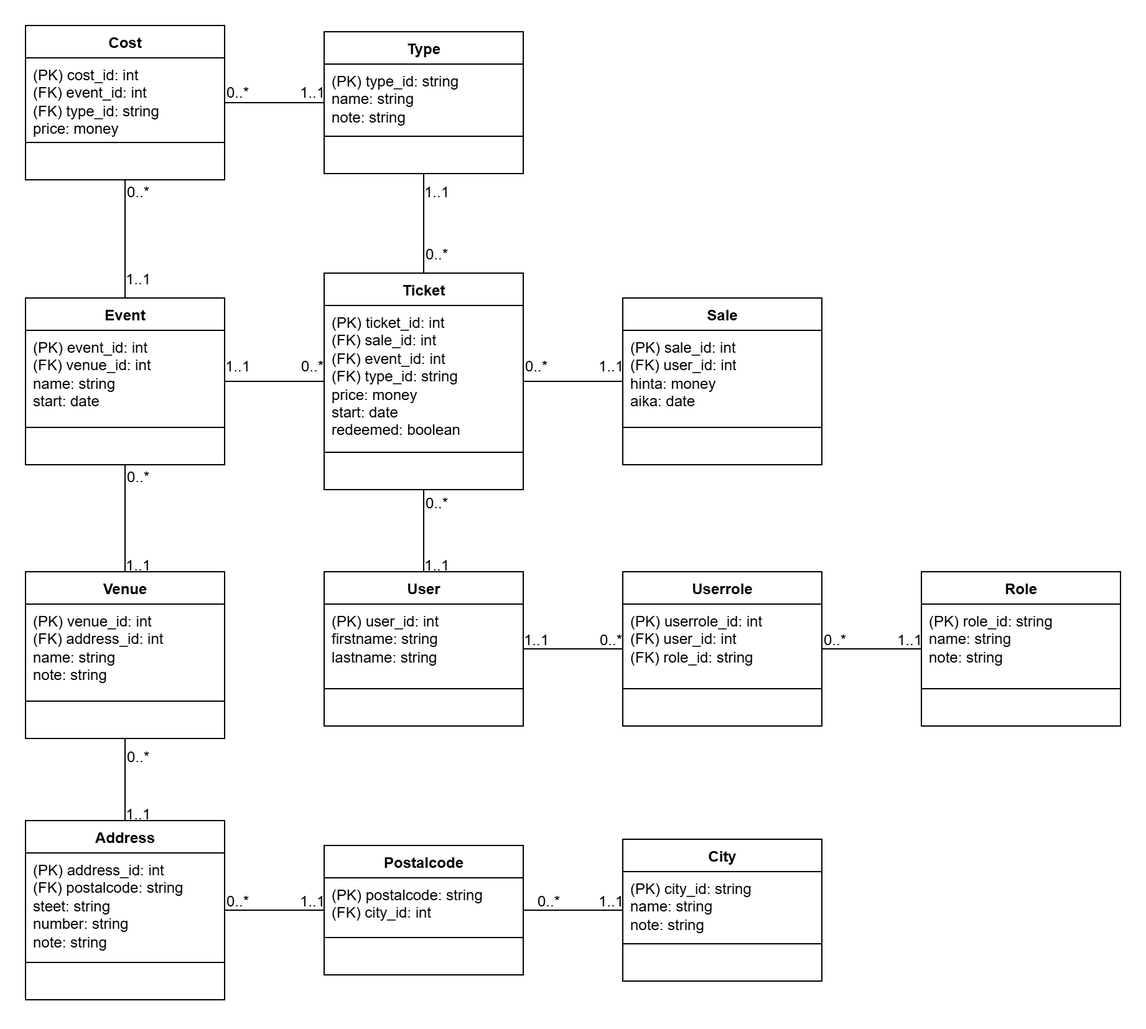
This is resources/DB_TicketGuru.png from jaolim/TicketGuru, a draw.io export, as it was before one commit. Source tidied: cells renumbered, new cells last; positions are measured from the earlier drawing's top-left corner, leaving out a move shared by most shapes.
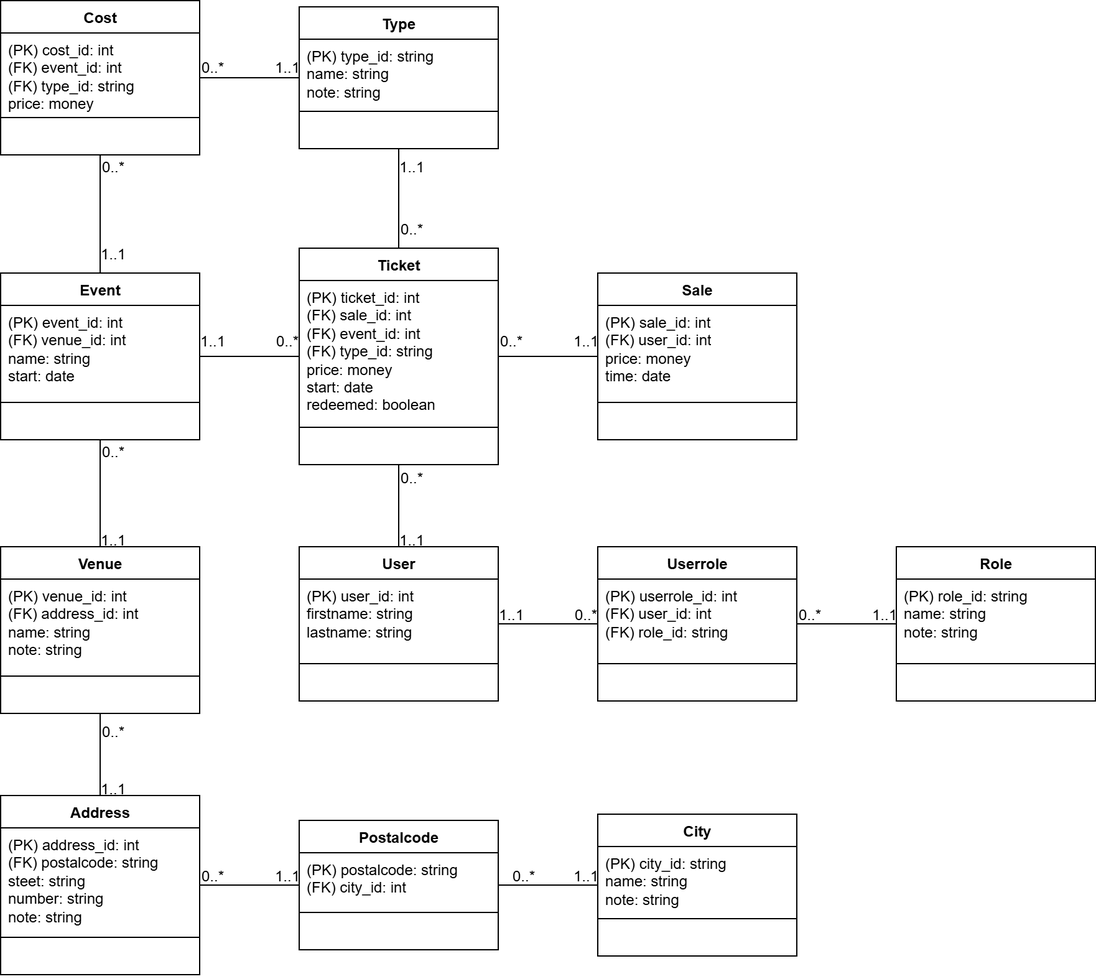
The same diagram one commit later.

Commit message:
Puuttuvat/vaarat arvot korjattu tietokannan spekseista ja paivitetty relaatiomallin kuva lisatty

What changed in the source:
```diff
@@ -17,7 +17,7 @@
     <mxCell id="6" value="Sale" style="swimlane;fontStyle=1;align=center;verticalAlign=top;horizontal=1;startSize=26;whiteSpace=wrap;html=1;" parent="1" vertex="1">
       <mxGeometry x="480" y="219" width="160" height="134" as="geometry" />
     </mxCell>
-    <mxCell id="7" value="&lt;div&gt;&lt;div&gt;(PK) sale_id: int&lt;/div&gt;&lt;/div&gt;&lt;div&gt;(FK) user_id: int&lt;/div&gt;&lt;div&gt;hinta: money&lt;/div&gt;&lt;div&gt;aika: date&lt;/div&gt;" style="text;strokeColor=none;fillColor=none;align=left;verticalAlign=top;spacingLeft=4;spacingRight=4;overflow=hidden;whiteSpace=wrap;html=1;" parent="6" vertex="1">
+    <mxCell id="7" value="&lt;div&gt;&lt;div&gt;(PK) sale_id: int&lt;/div&gt;&lt;/div&gt;&lt;div&gt;(FK) user_id: int&lt;/div&gt;&lt;div&gt;price: money&lt;/div&gt;&lt;div&gt;time: date&lt;/div&gt;" style="text;strokeColor=none;fillColor=none;align=left;verticalAlign=top;spacingLeft=4;spacingRight=4;overflow=hidden;whiteSpace=wrap;html=1;" parent="6" vertex="1">
       <mxGeometry y="26" width="160" height="74" as="geometry" />
     </mxCell>
     <mxCell id="8" style="line;strokeWidth=1;fillColor=none;align=left;verticalAlign=middle;spacingTop=-1;spacingLeft=3;spacingRight=3;labelPosition=right;strokeColor=inherit;" parent="6" vertex="1">
```
